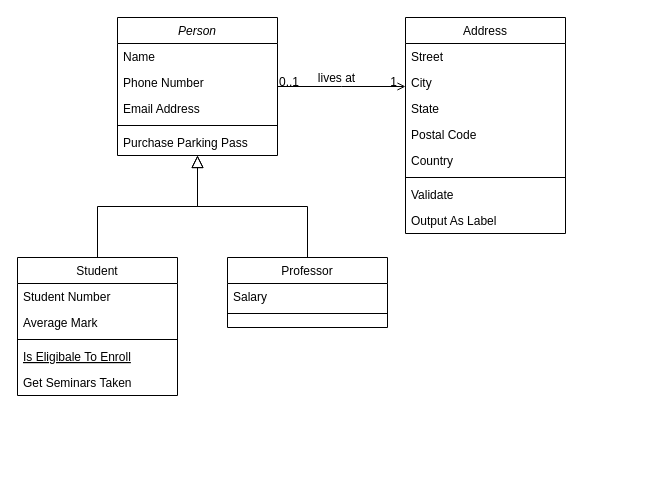
Earlier version of the draw.io diagram UML.drawio (Austin-Earl-Private/ChildrenLearningApp). Source tidied: cells renumbered, new cells numbered last; positions are measured from the earlier drawing's top-left corner, leaving out a move shared by most shapes. Both pictures are drawn from the tidied source at 100%, with x=0, y=0 at pixel (17, 17).
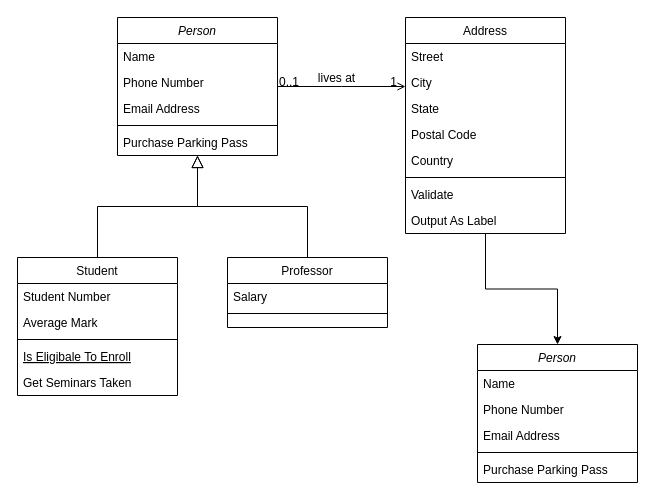
The same page after the edit.

The change refers to these unchanged cells:
```xml
<mxCell id="19" value="Address" style="swimlane;fontStyle=0;align=center;verticalAlign=top;horizontal=1;startSize=26;rounded=0;shadow=0;strokeWidth=1;" parent="1" vertex="1">
  <mxGeometry x="388" width="160" height="216" as="geometry" />
</mxCell>
```

Change to the diagram source:
```diff
@@
+    <mxCell id="32" style="edgeStyle=orthogonalEdgeStyle;rounded=0;jettySize=auto;html=1;" parent="1" edge="1" source="19" target="33">
+      <mxGeometry relative="1" as="geometry" />
+    </mxCell>
@@
+    <mxCell id="33" value="Person" style="swimlane;fontStyle=2;align=center;verticalAlign=top;horizontal=1;startSize=26;rounded=0;shadow=0;strokeWidth=1;" parent="1" vertex="1">
+      <mxGeometry x="460" y="327" width="160" height="138" as="geometry" />
+    </mxCell>
+    <mxCell id="34" value="Name" style="text;align=left;verticalAlign=top;spacingLeft=4;spacingRight=4;overflow=hidden;" parent="33" vertex="1">
+      <mxGeometry y="26" width="160" height="26" as="geometry" />
+    </mxCell>
+    <mxCell id="35" value="Phone Number" style="text;align=left;verticalAlign=top;spacingLeft=4;spacingRight=4;overflow=hidden;rounded=0;shadow=0;html=0;" parent="33" vertex="1">
+      <mxGeometry y="52" width="160" height="26" as="geometry" />
+    </mxCell>
+    <mxCell id="36" value="Email Address" style="text;align=left;verticalAlign=top;spacingLeft=4;spacingRight=4;overflow=hidden;rounded=0;shadow=0;html=0;" parent="33" vertex="1">
+      <mxGeometry y="78" width="160" height="26" as="geometry" />
+    </mxCell>
+    <mxCell id="37" style="line;html=1;strokeWidth=1;align=left;verticalAlign=middle;spacingTop=-1;spacingLeft=3;spacingRight=3;labelPosition=right;" parent="33" vertex="1">
+      <mxGeometry y="104" width="160" height="8" as="geometry" />
+    </mxCell>
+    <mxCell id="38" value="Purchase Parking Pass" style="text;align=left;verticalAlign=top;spacingLeft=4;spacingRight=4;overflow=hidden;" parent="33" vertex="1">
+      <mxGeometry y="112" width="160" height="26" as="geometry" />
+    </mxCell>
```
